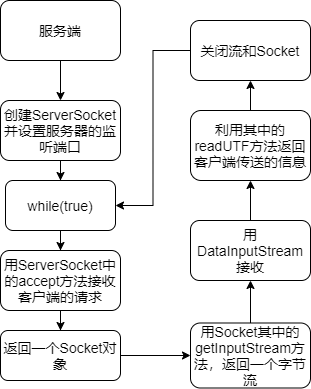
Above: pictures/实验三02.png in gjwhhhh/Experiments-pictures-for-Java (draw.io), before the change. Source tidied: cells renumbered, new cells last; positions are measured from the earlier drawing's top-left corner, leaving out a move shared by most shapes. Source of this version:
```xml
<mxGraphModel>
  <root>
    <mxCell id="0" />
    <mxCell id="1" parent="0" />
    <mxCell id="2" style="edgeStyle=orthogonalEdgeStyle;rounded=0;jettySize=auto;html=1;fontSize=14;" parent="1" edge="1" source="3" target="5">
      <mxGeometry relative="1" as="geometry" />
    </mxCell>
    <mxCell id="3" value="服务端" style="rounded=1;whiteSpace=wrap;html=1;fontSize=14;" parent="1" vertex="1">
      <mxGeometry width="120" height="60" as="geometry" />
    </mxCell>
    <mxCell id="4" style="edgeStyle=orthogonalEdgeStyle;rounded=0;jettySize=auto;html=1;fontSize=14;" parent="1" edge="1" source="5" target="7">
      <mxGeometry relative="1" as="geometry" />
    </mxCell>
    <mxCell id="5" value="创建ServerSocket并设置服务器的监听端口" style="whiteSpace=wrap;html=1;rounded=1;fontSize=14;" parent="1" vertex="1">
      <mxGeometry y="100" width="120" height="60" as="geometry" />
    </mxCell>
    <mxCell id="6" style="edgeStyle=orthogonalEdgeStyle;rounded=0;jettySize=auto;html=1;fontSize=14;" parent="1" edge="1" source="7" target="9">
      <mxGeometry relative="1" as="geometry" />
    </mxCell>
    <mxCell id="7" value="while(true)" style="whiteSpace=wrap;html=1;rounded=1;fontSize=14;" parent="1" vertex="1">
      <mxGeometry x="5" y="180" width="110" height="50" as="geometry" />
    </mxCell>
    <mxCell id="8" style="edgeStyle=orthogonalEdgeStyle;rounded=0;jettySize=auto;html=1;fontSize=14;" parent="1" edge="1" source="9" target="11">
      <mxGeometry relative="1" as="geometry" />
    </mxCell>
    <mxCell id="9" value="用ServerSocket中的accept方法接收客户端的请求" style="whiteSpace=wrap;html=1;rounded=1;fontSize=14;" parent="1" vertex="1">
      <mxGeometry y="250" width="120" height="60" as="geometry" />
    </mxCell>
    <mxCell id="10" style="edgeStyle=orthogonalEdgeStyle;rounded=0;jettySize=auto;html=1;fontSize=14;" parent="1" edge="1" source="11" target="13">
      <mxGeometry relative="1" as="geometry" />
    </mxCell>
    <mxCell id="11" value="返回一个Socket对象" style="whiteSpace=wrap;html=1;rounded=1;fontSize=14;" parent="1" vertex="1">
      <mxGeometry y="330" width="120" height="50" as="geometry" />
    </mxCell>
    <mxCell id="12" style="edgeStyle=orthogonalEdgeStyle;rounded=0;jettySize=auto;html=1;fontSize=14;" parent="1" edge="1" source="13" target="15">
      <mxGeometry relative="1" as="geometry" />
    </mxCell>
    <mxCell id="13" value="&lt;span&gt;用Socket其中的getInputStream方法，返回一个字节流&lt;/span&gt;" style="whiteSpace=wrap;html=1;rounded=1;fontSize=14;" parent="1" vertex="1">
      <mxGeometry x="190" y="322.5" width="120" height="65" as="geometry" />
    </mxCell>
    <mxCell id="14" style="edgeStyle=orthogonalEdgeStyle;rounded=0;jettySize=auto;html=1;fontSize=14;" parent="1" edge="1" source="15" target="17">
      <mxGeometry relative="1" as="geometry" />
    </mxCell>
    <mxCell id="15" value="用DataInputStream接收" style="whiteSpace=wrap;html=1;rounded=1;fontSize=14;" parent="1" vertex="1">
      <mxGeometry x="190" y="220" width="120" height="60" as="geometry" />
    </mxCell>
    <mxCell id="16" style="edgeStyle=orthogonalEdgeStyle;rounded=0;jettySize=auto;html=1;fontSize=14;" parent="1" edge="1" source="17" target="19">
      <mxGeometry relative="1" as="geometry" />
    </mxCell>
    <mxCell id="17" value="利用其中的readUTF方法返回客户端传送的信息" style="whiteSpace=wrap;html=1;rounded=1;fontSize=14;" parent="1" vertex="1">
      <mxGeometry x="190" y="110" width="120" height="70" as="geometry" />
    </mxCell>
    <mxCell id="18" style="edgeStyle=orthogonalEdgeStyle;rounded=0;jettySize=auto;html=1;entryX=1;entryY=0.5;entryDx=0;entryDy=0;fontSize=14;" parent="1" edge="1" source="19" target="7">
      <mxGeometry relative="1" as="geometry" />
    </mxCell>
    <mxCell id="19" value="关闭流和Socket" style="whiteSpace=wrap;html=1;rounded=1;fontSize=14;" parent="1" vertex="1">
      <mxGeometry x="190" y="20" width="120" height="60" as="geometry" />
    </mxCell>
  </root>
</mxGraphModel>
```
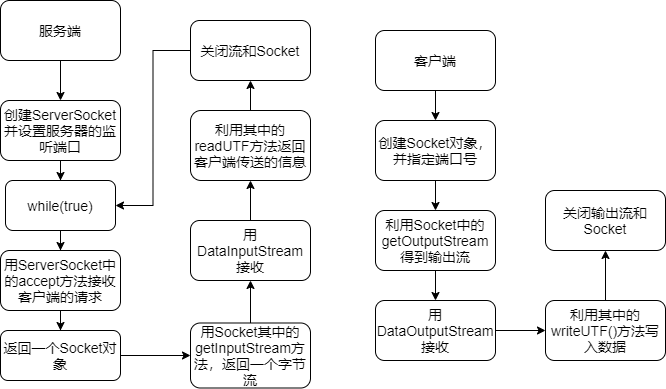
The same diagram one commit later.

Commit message:
更新实验三02.png

What changed in the source:
```diff
@@ -56,5 +56,38 @@
     <mxCell id="19" value="关闭流和Socket" style="whiteSpace=wrap;html=1;rounded=1;fontSize=14;" parent="1" vertex="1">
       <mxGeometry x="190" y="20" width="120" height="60" as="geometry" />
     </mxCell>
+    <mxCell id="20" style="edgeStyle=orthogonalEdgeStyle;rounded=0;jettySize=auto;html=1;fontSize=14;" parent="1" edge="1" source="21" target="23">
+      <mxGeometry relative="1" as="geometry" />
+    </mxCell>
+    <mxCell id="21" value="客户端" style="rounded=1;whiteSpace=wrap;html=1;fontSize=14;" parent="1" vertex="1">
+      <mxGeometry x="375" y="30" width="120" height="60" as="geometry" />
+    </mxCell>
+    <mxCell id="22" style="edgeStyle=orthogonalEdgeStyle;rounded=0;jettySize=auto;html=1;fontSize=14;" parent="1" edge="1" source="23" target="25">
+      <mxGeometry relative="1" as="geometry" />
+    </mxCell>
+    <mxCell id="23" value="创建Socket对象，并指定端口号" style="whiteSpace=wrap;html=1;rounded=1;fontSize=14;" parent="1" vertex="1">
+      <mxGeometry x="375" y="120" width="120" height="60" as="geometry" />
+    </mxCell>
+    <mxCell id="24" style="edgeStyle=orthogonalEdgeStyle;rounded=0;jettySize=auto;html=1;fontSize=14;" parent="1" edge="1" source="25" target="27">
+      <mxGeometry relative="1" as="geometry" />
+    </mxCell>
+    <mxCell id="25" value="利用Socket中的getOutputStream得到输出流" style="whiteSpace=wrap;html=1;rounded=1;fontSize=14;" parent="1" vertex="1">
+      <mxGeometry x="375" y="210" width="120" height="60" as="geometry" />
+    </mxCell>
+    <mxCell id="26" style="edgeStyle=orthogonalEdgeStyle;rounded=0;jettySize=auto;html=1;fontSize=14;" parent="1" edge="1" source="27" target="29">
+      <mxGeometry relative="1" as="geometry" />
+    </mxCell>
+    <mxCell id="27" value="用DataOutputStream接收" style="whiteSpace=wrap;html=1;rounded=1;fontSize=14;" parent="1" vertex="1">
+      <mxGeometry x="375" y="300" width="120" height="60" as="geometry" />
+    </mxCell>
+    <mxCell id="28" style="edgeStyle=orthogonalEdgeStyle;rounded=0;jettySize=auto;html=1;fontSize=14;" parent="1" edge="1" source="29" target="30">
+      <mxGeometry relative="1" as="geometry" />
+    </mxCell>
+    <mxCell id="29" value="利用其中的writeUTF()方法写入数据" style="whiteSpace=wrap;html=1;rounded=1;fontSize=14;" parent="1" vertex="1">
+      <mxGeometry x="545" y="300" width="120" height="60" as="geometry" />
+    </mxCell>
+    <mxCell id="30" value="关闭输出流和Socket" style="whiteSpace=wrap;html=1;rounded=1;fontSize=14;" parent="1" vertex="1">
+      <mxGeometry x="545" y="190" width="120" height="60" as="geometry" />
+    </mxCell>
   </root>
 </mxGraphModel>
```
